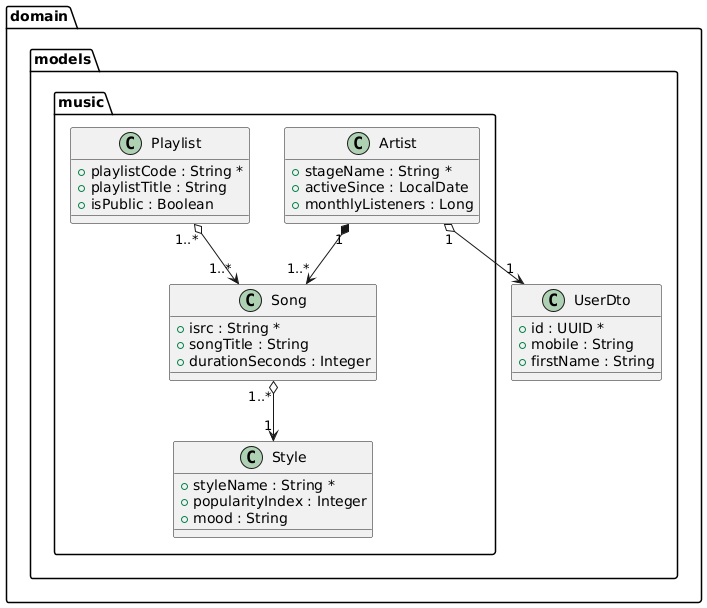
Above: docs/music.png in miw-upm/apaw-practice (PlantUML), before the change.
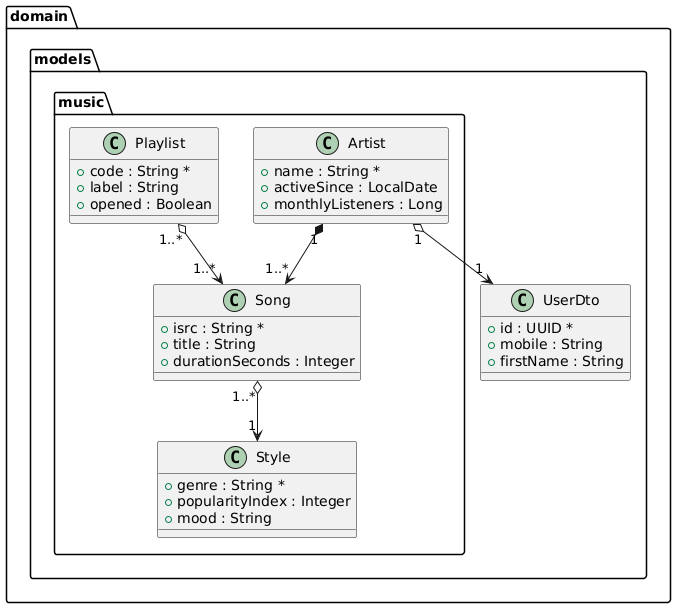
The same file after the commit.

Commit message:
fixed music atributes #1154

Diff of the diagram source:
```diff
@@ -8,25 +8,25 @@
 
     package "music" {
         class Artist {
-            + stageName : String *
+            + name : String *
             + activeSince : LocalDate
             + monthlyListeners : Long
         }
 
         class Song {
             + isrc : String *
-            + songTitle : String
+            + title : String
             + durationSeconds : Integer
         }
 
         class Playlist {
-            + playlistCode : String *
-            + playlistTitle : String
-            + isPublic : Boolean
+            + code : String *
+            + label : String
+            + opened : Boolean
         }
 
         class Style {
-            + styleName : String *
+            + genre : String *
             + popularityIndex : Integer
             + mood : String
         }
```
